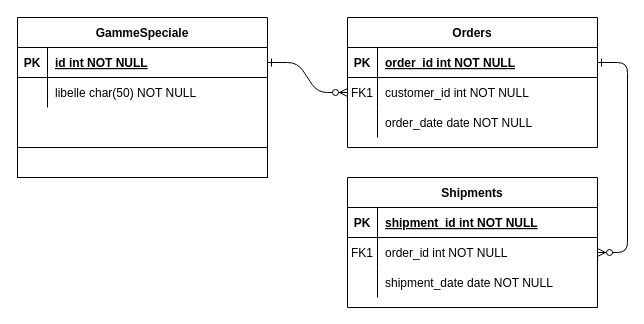
mdiard-ji/GlobTest keeps this draw.io diagram as Diagramme sans nom.drawio. Above is the earlier version. Source tidied: cells renumbered, new cells numbered last; positions are measured from the earlier drawing's top-left corner, leaving out a move shared by most shapes. Both pictures are drawn from the tidied source at 100%, with x=0, y=0 at pixel (17, 17).
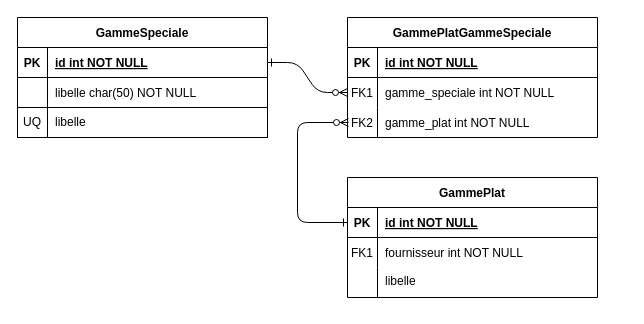
The same page after the edit.

Commit message:
Mettre à jour Diagramme sans nom.drawio

The change refers to these unchanged cells:
```xml
<mxCell id="5" style="shape=partialRectangle;fillColor=none;points=[[0,0.5],[1,0.5]];portConstraint=eastwest;top=0;left=0;right=0;bottom=1;" parent="4" vertex="1">
  <mxGeometry y="30" width="250" height="30" as="geometry" />
</mxCell>
<mxCell id="8" style="shape=partialRectangle;fillColor=none;points=[[0,0.5],[1,0.5]];portConstraint=eastwest;top=0;left=0;right=0;bottom=0;" parent="4" vertex="1">
  <mxGeometry y="60" width="250" height="30" as="geometry" />
</mxCell>
<mxCell id="11" style="shape=partialRectangle;fillColor=none;top=0;left=0;right=0;bottom=0;" parent="4" vertex="1">
  <mxGeometry y="90" width="250" height="30" as="geometry" />
</mxCell>
<mxCell id="15" style="shape=partialRectangle;fillColor=none;points=[[0,0.5],[1,0.5]];portConstraint=eastwest;top=0;left=0;right=0;bottom=1;" parent="14" vertex="1">
  <mxGeometry y="30" width="250" height="30" as="geometry" />
</mxCell>
<mxCell id="18" style="shape=partialRectangle;fillColor=none;points=[[0,0.5],[1,0.5]];portConstraint=eastwest;top=0;left=0;right=0;bottom=0;" parent="14" vertex="1">
  <mxGeometry y="60" width="250" height="30" as="geometry" />
</mxCell>
<mxCell id="21" style="shape=partialRectangle;fillColor=none;top=0;left=0;right=0;bottom=0;" parent="14" vertex="1">
  <mxGeometry y="90" width="250" height="30" as="geometry" />
</mxCell>
```

Change to the diagram source:
```diff
@@
-    <mxCell id="3" style="edgeStyle=entityRelationEdgeStyle;endArrow=ERzeroToMany;startArrow=ERone;endFill=1;startFill=0;" parent="1" edge="1" source="5" target="18">
-      <mxGeometry relative="1" as="geometry" />
+    <mxCell id="3" style="edgeStyle=elbowEdgeStyle;endArrow=ERzeroToMany;startArrow=ERone;endFill=1;startFill=0;exitX=0;exitY=0.5;exitDx=0;exitDy=0;" parent="1" edge="1" source="15">
+      <mxGeometry relative="1" as="geometry">
+        <mxPoint x="331" y="105" as="targetPoint" />
+        <Array as="points">
+          <mxPoint x="280" y="160" />
+        </Array>
+      </mxGeometry>
     </mxCell>
-    <mxCell id="4" value="Orders" style="shape=table;startSize=30;childLayout=tableLayout;rowLines=0;fontStyle=1;align=center;" parent="1" vertex="1">
-      <mxGeometry x="330" width="250" height="130" as="geometry" />
+    <mxCell id="4" value="GammePlatGammeSpeciale" style="shape=table;startSize=30;childLayout=tableLayout;rowLines=0;fontStyle=1;align=center;" parent="1" vertex="1">
+      <mxGeometry x="330" width="250" height="120" as="geometry" />
     </mxCell>
@@
-    <mxCell id="7" value="order_id int NOT NULL " style="shape=partialRectangle;overflow=hidden;fillColor=none;top=0;left=0;bottom=0;right=0;align=left;spacingLeft=6;fontStyle=5;" parent="5" vertex="1">
+    <mxCell id="7" value="id int NOT NULL " style="shape=partialRectangle;overflow=hidden;fillColor=none;top=0;left=0;bottom=0;right=0;align=left;spacingLeft=6;fontStyle=5;" parent="5" vertex="1">
       <mxGeometry x="30" width="220" height="30" as="geometry" />
     </mxCell>
@@
-    <mxCell id="10" value="customer_id int NOT NULL" style="shape=partialRectangle;overflow=hidden;fillColor=none;top=0;left=0;bottom=0;right=0;align=left;spacingLeft=6;" parent="8" vertex="1">
+    <mxCell id="10" value="gamme_speciale int NOT NULL" style="shape=partialRectangle;overflow=hidden;fillColor=none;top=0;left=0;bottom=0;right=0;align=left;spacingLeft=6;" parent="8" vertex="1">
       <mxGeometry x="30" width="220" height="30" as="geometry" />
     </mxCell>
@@
-    <mxCell id="13" value="order_date date NOT NULL" style="shape=partialRectangle;overflow=hidden;fillColor=none;top=0;left=0;bottom=0;right=0;align=left;spacingLeft=6;" parent="11" vertex="1">
+    <mxCell id="13" value="gamme_plat int NOT NULL" style="shape=partialRectangle;overflow=hidden;fillColor=none;top=0;left=0;bottom=0;right=0;align=left;spacingLeft=6;" parent="11" vertex="1">
       <mxGeometry x="30" width="220" height="30" as="geometry" />
     </mxCell>
-    <mxCell id="14" value="Shipments" style="shape=table;startSize=30;childLayout=tableLayout;rowLines=0;fontStyle=1;align=center;" parent="1" vertex="1">
-      <mxGeometry x="330" y="160" width="250" height="130" as="geometry" />
+    <mxCell id="14" value="GammePlat" style="shape=table;startSize=30;childLayout=tableLayout;rowLines=0;fontStyle=1;align=center;" parent="1" vertex="1">
+      <mxGeometry x="330" y="160" width="250" height="120" as="geometry" />
     </mxCell>
@@
-    <mxCell id="17" value="shipment_id int NOT NULL " style="shape=partialRectangle;overflow=hidden;fillColor=none;top=0;left=0;bottom=0;right=0;align=left;spacingLeft=6;fontStyle=5;" parent="15" vertex="1">
+    <mxCell id="17" value="id int NOT NULL " style="shape=partialRectangle;overflow=hidden;fillColor=none;top=0;left=0;bottom=0;right=0;align=left;spacingLeft=6;fontStyle=5;" parent="15" vertex="1">
       <mxGeometry x="30" width="220" height="30" as="geometry" />
     </mxCell>
@@
-    <mxCell id="20" value="order_id int NOT NULL" style="shape=partialRectangle;overflow=hidden;fillColor=none;top=0;left=0;bottom=0;right=0;align=left;spacingLeft=6;" parent="18" vertex="1">
+    <mxCell id="20" value="fournisseur int NOT NULL" style="shape=partialRectangle;overflow=hidden;fillColor=none;top=0;left=0;bottom=0;right=0;align=left;spacingLeft=6;" parent="18" vertex="1">
       <mxGeometry x="30" width="220" height="30" as="geometry" />
     </mxCell>
@@
-    <mxCell id="23" value="shipment_date date NOT NULL" style="shape=partialRectangle;overflow=hidden;fillColor=none;top=0;left=0;bottom=0;right=0;align=left;spacingLeft=6;" parent="21" vertex="1">
+    <mxCell id="23" style="shape=partialRectangle;overflow=hidden;fillColor=none;top=0;left=0;bottom=0;right=0;align=left;spacingLeft=6;" parent="21" vertex="1">
       <mxGeometry x="30" width="220" height="30" as="geometry" />
     </mxCell>
     <mxCell id="24" value="GammeSpeciale" style="shape=table;startSize=30;childLayout=tableLayout;rowLines=0;fontStyle=1;align=center;" parent="1" vertex="1">
-      <mxGeometry width="250" height="130" as="geometry" />
+      <mxGeometry width="250" height="90" as="geometry" />
     </mxCell>
@@
-    <mxCell id="31" style="rounded=0;whiteSpace=wrap;html=1;fillColor=none;" parent="1" vertex="1">
-      <mxGeometry y="130" width="250" height="30" as="geometry" />
+    <mxCell id="31" value="&lt;div align=&quot;left&quot;&gt;&lt;br&gt;&lt;/div&gt;" style="rounded=0;whiteSpace=wrap;html=1;fillColor=none;align=left;" parent="1" vertex="1">
+      <mxGeometry x="30" y="90" width="220" height="30" as="geometry" />
     </mxCell>
+    <mxCell id="32" value="FK2" style="shape=partialRectangle;overflow=hidden;fillColor=none;top=0;left=0;bottom=0;right=0;" parent="1" vertex="1">
+      <mxGeometry x="330" y="90" width="30" height="30" as="geometry" />
+    </mxCell>
+    <mxCell id="33" value="UQ" style="rounded=0;whiteSpace=wrap;html=1;fillColor=none;" parent="1" vertex="1">
+      <mxGeometry y="90" width="30" height="30" as="geometry" />
+    </mxCell>
+    <mxCell id="34" value="libelle" style="shape=partialRectangle;overflow=hidden;fillColor=none;top=0;left=0;bottom=0;right=0;align=left;spacingLeft=6;" parent="1" vertex="1">
+      <mxGeometry x="30" y="89" width="70" height="30" as="geometry" />
+    </mxCell>
+    <mxCell id="35" value="libelle" style="shape=partialRectangle;overflow=hidden;fillColor=none;top=0;left=0;bottom=0;right=0;align=left;spacingLeft=6;" parent="1" vertex="1">
+      <mxGeometry x="360" y="248" width="70" height="30" as="geometry" />
+    </mxCell>
```
